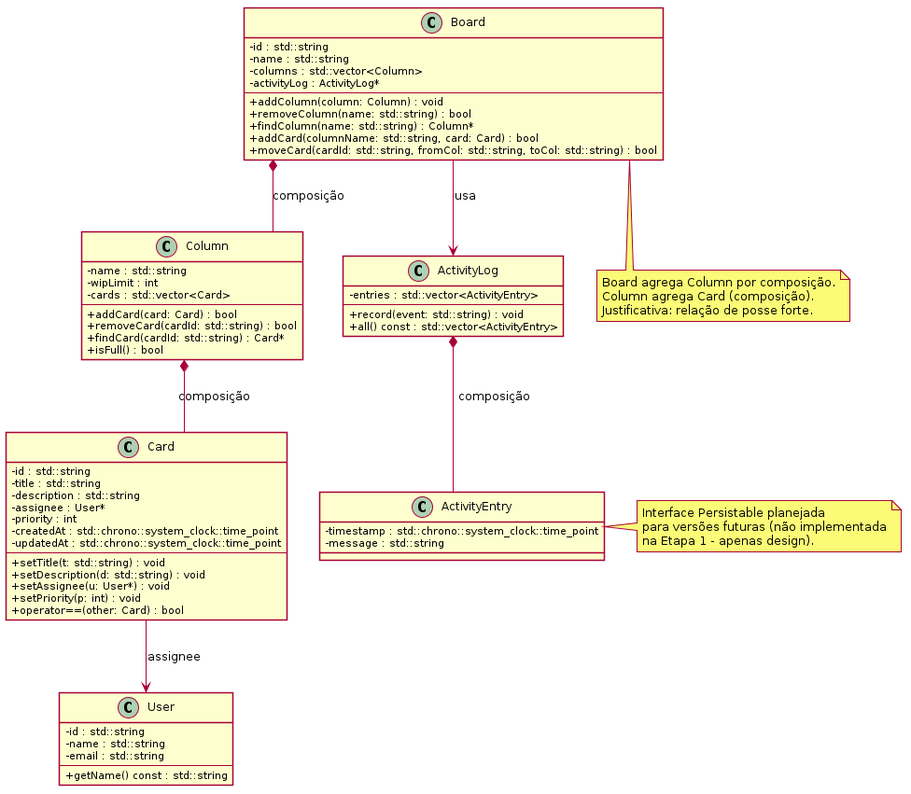
Above: design/class_diagram.png in annefernandess/Kanban-Lite (PlantUML), before the change.
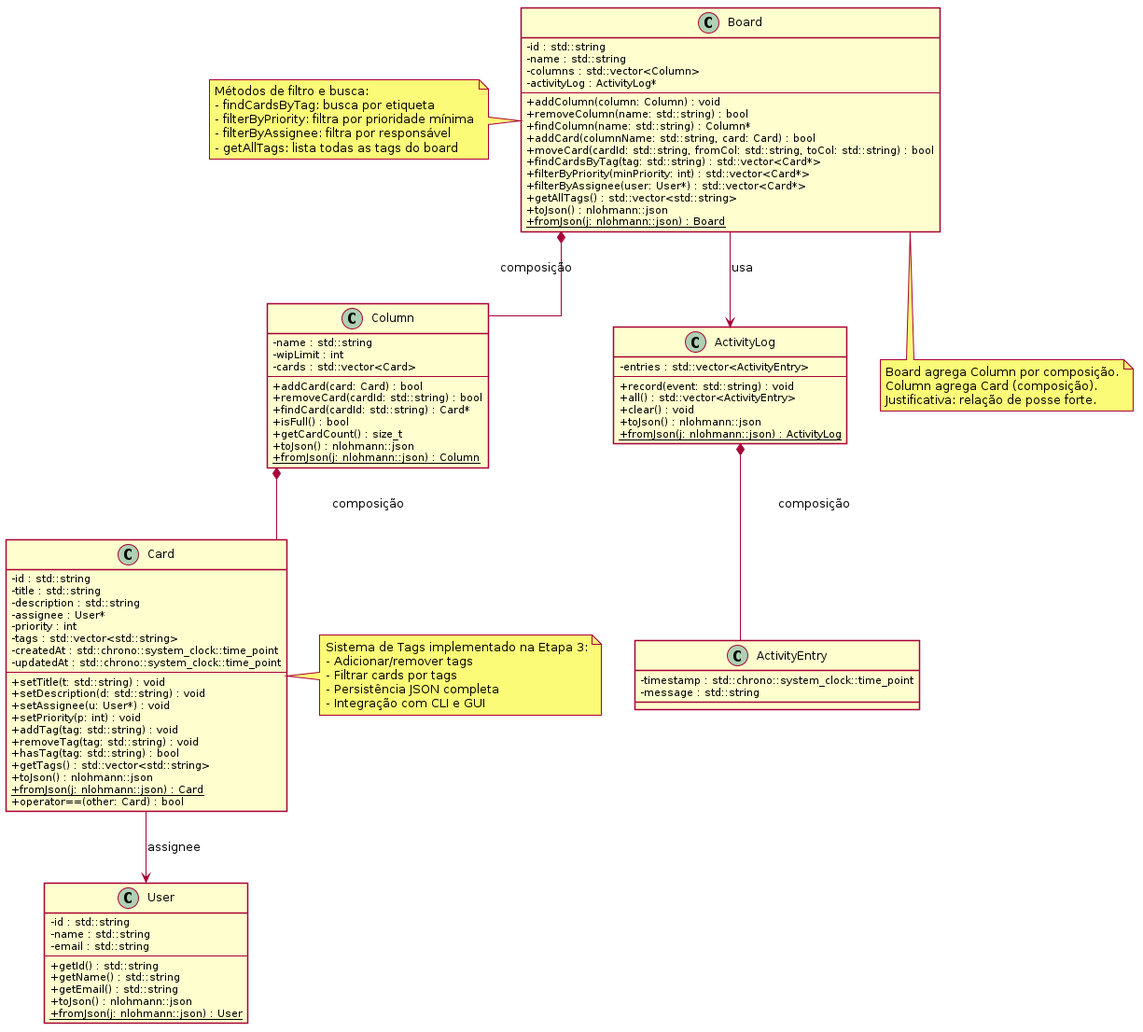
After the change.

Commit message:
docs: adiciona relatórios finais e diagrama UML atualizado

What changed in the source:
```diff
@@ -15,6 +15,12 @@
   + findColumn(name: std::string) : Column*
   + addCard(columnName: std::string, card: Card) : bool
   + moveCard(cardId: std::string, fromCol: std::string, toCol: std::string) : bool
+  + findCardsByTag(tag: std::string) : std::vector<Card*>
+  + filterByPriority(minPriority: int) : std::vector<Card*>
+  + filterByAssignee(user: User*) : std::vector<Card*>
+  + getAllTags() : std::vector<std::string>
+  + toJson() : nlohmann::json
+  + {static} fromJson(j: nlohmann::json) : Board
 }
 
 class Column {
@@ -26,6 +32,9 @@
   + removeCard(cardId: std::string) : bool
   + findCard(cardId: std::string) : Card*
   + isFull() : bool
+  + getCardCount() : size_t
+  + toJson() : nlohmann::json
+  + {static} fromJson(j: nlohmann::json) : Column
 }
 
 class Card {
@@ -34,6 +43,7 @@
   - description : std::string
   - assignee : User*
   - priority : int
+  - tags : std::vector<std::string>
   - createdAt : std::chrono::system_clock::time_point
   - updatedAt : std::chrono::system_clock::time_point
   --
@@ -41,6 +51,12 @@
   + setDescription(d: std::string) : void
   + setAssignee(u: User*) : void
   + setPriority(p: int) : void
+  + addTag(tag: std::string) : void
+  + removeTag(tag: std::string) : void
+  + hasTag(tag: std::string) : bool
+  + getTags() : std::vector<std::string>
+  + toJson() : nlohmann::json
+  + {static} fromJson(j: nlohmann::json) : Card
   + operator==(other: Card) : bool
 }
 
@@ -49,14 +65,21 @@
   - name : std::string
   - email : std::string
   --
-  + getName() const : std::string
+  + getId() : std::string
+  + getName() : std::string
+  + getEmail() : std::string
+  + toJson() : nlohmann::json
+  + {static} fromJson(j: nlohmann::json) : User
 }
 
 class ActivityLog {
   - entries : std::vector<ActivityEntry>
   --
   + record(event: std::string) : void
-  + all() const : std::vector<ActivityEntry>
+  + all() : std::vector<ActivityEntry>
+  + clear() : void
+  + toJson() : nlohmann::json
+  + {static} fromJson(j: nlohmann::json) : ActivityLog
 }
 
 class ActivityEntry {
@@ -76,10 +99,20 @@
   Justificativa: relação de posse forte.
 end note
 
-note right of ActivityEntry
-  Interface Persistable planejada
-  para versões futuras (não implementada
-  na Etapa 1 - apenas design).
+note right of Card
+  Sistema de Tags implementado na Etapa 3:
+  - Adicionar/remover tags
+  - Filtrar cards por tags
+  - Persistência JSON completa
+  - Integração com CLI e GUI
+end note
+
+note left of Board
+  Métodos de filtro e busca:
+  - findCardsByTag: busca por etiqueta
+  - filterByPriority: filtra por prioridade mínima
+  - filterByAssignee: filtra por responsável
+  - getAllTags: lista todas as tags do board
 end note
 
 @enduml
```
